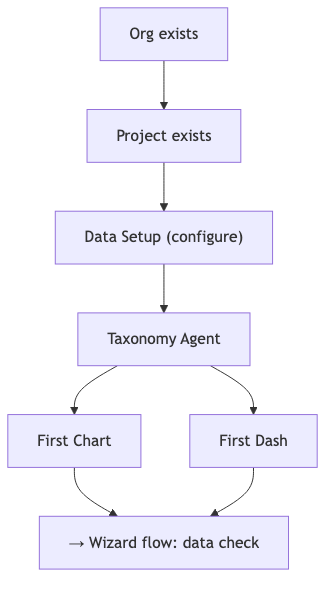
This is docs/diagrams/data-setup-flow.png from amplitude/wizard, a Mermaid export, as it was before one commit. Its source is kept beside it as docs/diagrams/data-setup-flow.mmd. Its diagram source:
```mermaid
flowchart TD
    ORG_EXISTS["Org exists"] --> PROJ_EXISTS["Project exists"]
    PROJ_EXISTS --> CONFIGURE["Data Setup (configure)"]
    CONFIGURE --> TAXONOMY["Taxonomy Agent"]
    TAXONOMY --> FIRST_CHART["First Chart"]
    TAXONOMY --> FIRST_DASH["First Dash"]
    FIRST_CHART --> DONE["→ Wizard flow: data check"]
    FIRST_DASH --> DONE
```
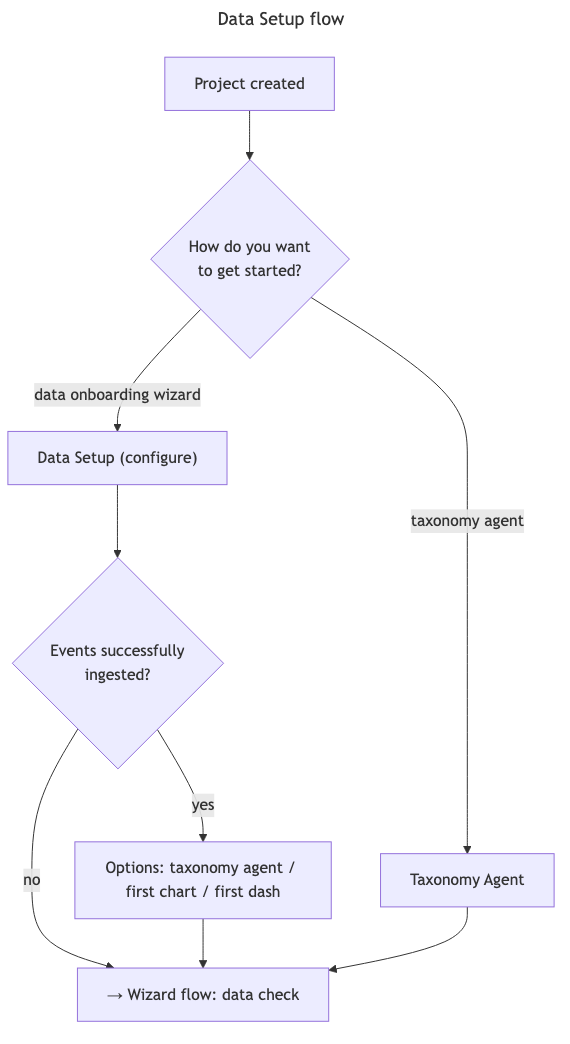
The same diagram one commit later.

The edit, as a diff of the source:
```diff
@@ -1,8 +1,13 @@
+---
+title: Data Setup flow
+---
 flowchart TD
-    ORG_EXISTS["Org exists"] --> PROJ_EXISTS["Project exists"]
-    PROJ_EXISTS --> CONFIGURE["Data Setup (configure)"]
-    CONFIGURE --> TAXONOMY["Taxonomy Agent"]
-    TAXONOMY --> FIRST_CHART["First Chart"]
-    TAXONOMY --> FIRST_DASH["First Dash"]
-    FIRST_CHART --> DONE["→ Wizard flow: data check"]
-    FIRST_DASH --> DONE
+    START["Project created"] --> CHOICE{How do you want<br/>to get started?}
+    CHOICE -->|data onboarding wizard| CONFIGURE["Data Setup (configure)"]
+    CHOICE -->|taxonomy agent| TAXONOMY["Taxonomy Agent"]
+
+    CONFIGURE --> INGESTED{Events successfully<br/>ingested?}
+    INGESTED -->|yes| POST_INGEST["Options: taxonomy agent / first chart / first dash"]
+    INGESTED -->|no| DONE["→ Wizard flow: data check"]
+    POST_INGEST --> DONE
+    TAXONOMY --> DONE
```
